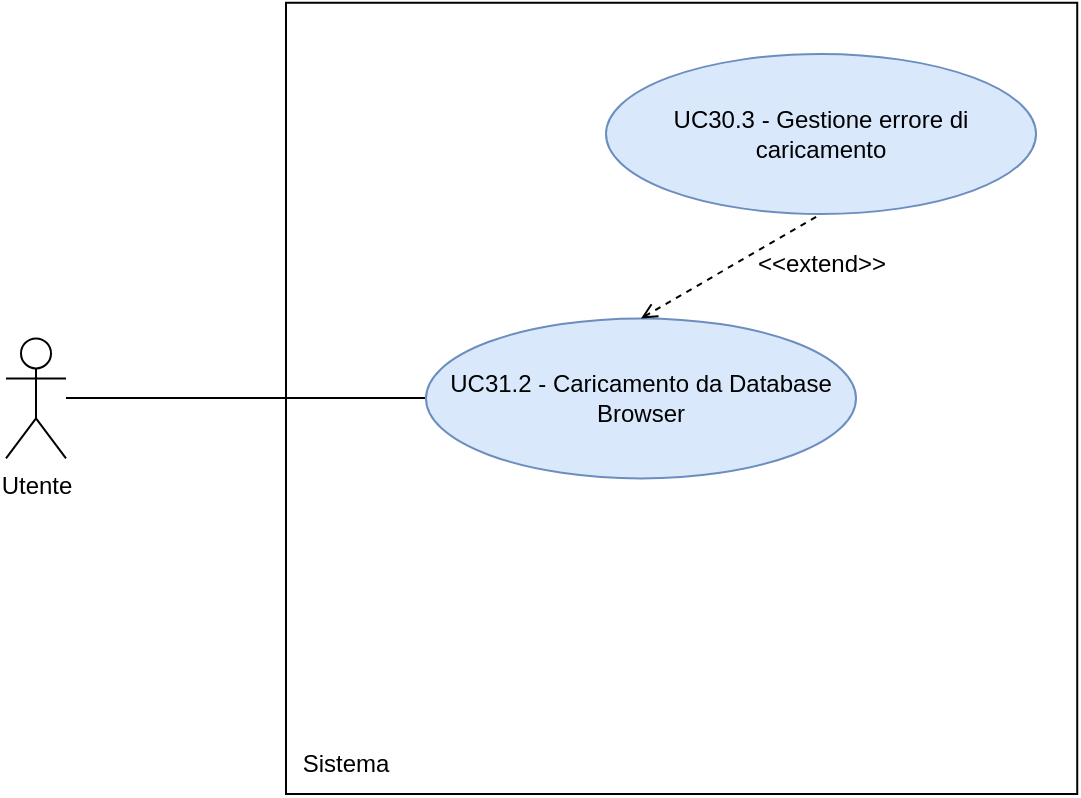
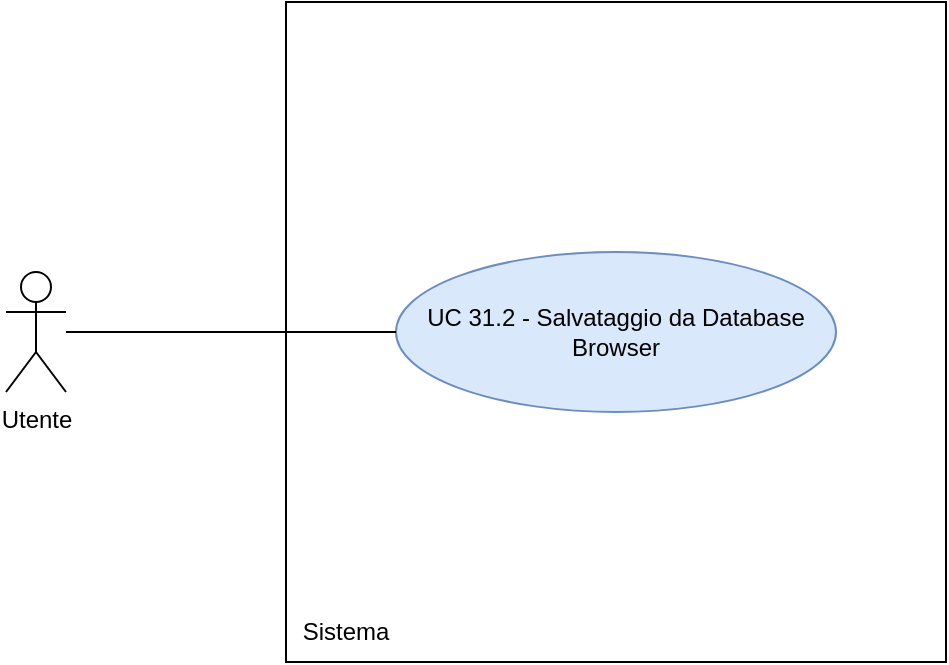
- <mxfile host="Electron" agent="Mozilla/5.0 (Macintosh; Intel Mac OS X 10_15_7) AppleWebKit/537.36 (KHTML, like Gecko) draw.io/29.6.6 Chrome/144.0.7559.236 Electron/40.8.4 Safari/537.36" version="29.6.6">
-   <diagram name="Page-1" id="txlnS8rQwgi-RHibTv1T">
-     <mxGraphModel dx="976" dy="656" grid="1" gridSize="10" guides="1" tooltips="1" connect="1" arrows="1" fold="1" page="1" pageScale="1" pageWidth="850" pageHeight="1100" math="0" shadow="0">
+ <mxfile host="app.diagrams.net">
+   <diagram name="UC 11 - Gestione Codice" id="Kt2Dgr2KxfvWRwyXOeAN">
+     <mxGraphModel dx="1483" dy="1032" grid="1" gridSize="10" guides="1" tooltips="1" connect="1" arrows="1" fold="1" page="1" pageScale="1" pageWidth="850" pageHeight="1100" math="0" shadow="0">
      <root>
        <mxCell id="0" />
        <mxCell id="1" parent="0" />
-         <mxCell id="FZwI5ev0mp1Ufgfl1J7u-1" parent="1" style="shape=umlActor;verticalLabelPosition=bottom;verticalAlign=top;html=1;outlineConnect=0;" value="Utente" vertex="1">
-           <mxGeometry height="60" width="30" x="90" y="302.19" as="geometry" />
+         <mxCell id="RaLqJGYHGWQkEpiDzxTo-691" parent="1" style="shape=umlActor;verticalLabelPosition=bottom;verticalAlign=top;html=1;outlineConnect=0;" value="Utente" vertex="1">
+           <mxGeometry height="60" width="30" x="150" y="415" as="geometry" />
        </mxCell>
-         <mxCell id="FZwI5ev0mp1Ufgfl1J7u-4" parent="1" style="whiteSpace=wrap;html=1;aspect=fixed;" value="" vertex="1">
-           <mxGeometry height="395.62" width="395.62" x="230" y="134.38" as="geometry" />
+         <mxCell id="RaLqJGYHGWQkEpiDzxTo-692" parent="1" style="whiteSpace=wrap;html=1;aspect=fixed;" value="" vertex="1">
+           <mxGeometry height="330" width="330" x="290" y="280" as="geometry" />
        </mxCell>
-         <mxCell id="FZwI5ev0mp1Ufgfl1J7u-6" edge="1" parent="1" source="FZwI5ev0mp1Ufgfl1J7u-5" style="edgeStyle=orthogonalEdgeStyle;rounded=0;orthogonalLoop=1;jettySize=auto;html=1;endArrow=none;endFill=0;">
-           <mxGeometry relative="1" as="geometry">
-             <Array as="points">
-               <mxPoint x="120" y="332" />
-             </Array>
-             <mxPoint x="120" y="332" as="targetPoint" />
-           </mxGeometry>
+         <mxCell id="RaLqJGYHGWQkEpiDzxTo-693" parent="1" style="text;html=1;whiteSpace=wrap;strokeColor=none;fillColor=none;align=center;verticalAlign=middle;rounded=0;" value="Sistema" vertex="1">
+           <mxGeometry height="30" width="60" x="290" y="580" as="geometry" />
        </mxCell>
-         <mxCell id="FZwI5ev0mp1Ufgfl1J7u-5" parent="1" style="ellipse;whiteSpace=wrap;html=1;fillColor=#dae8fc;strokeColor=#6c8ebf;" value="UC31.2 - Caricamento da Database Browser" vertex="1">
-           <mxGeometry height="80" width="215" x="300" y="292.19" as="geometry" />
+         <mxCell id="RaLqJGYHGWQkEpiDzxTo-694" parent="1" style="ellipse;whiteSpace=wrap;html=1;fillColor=#dae8fc;strokeColor=#6c8ebf;" value="UC 31.2 - Salvataggio da Database Browser" vertex="1">
+           <mxGeometry height="80" width="220" x="345" y="405" as="geometry" />
        </mxCell>
-         <mxCell id="FZwI5ev0mp1Ufgfl1J7u-7" parent="1" style="text;html=1;whiteSpace=wrap;strokeColor=none;fillColor=none;align=center;verticalAlign=middle;rounded=0;" value="Sistema" vertex="1">
-           <mxGeometry height="30" width="60" x="230" y="500" as="geometry" />
-         </mxCell>
-         <mxCell id="gH4CCEP5lx6fC7XqYCQ8-2" parent="1" style="ellipse;whiteSpace=wrap;html=1;fillColor=#dae8fc;strokeColor=#6c8ebf;" value="UC30.3 - Gestione errore di caricamento" vertex="1">
-           <mxGeometry height="80" width="215" x="390" y="160" as="geometry" />
-         </mxCell>
-         <mxCell id="gH4CCEP5lx6fC7XqYCQ8-3" edge="1" parent="1" source="FZwI5ev0mp1Ufgfl1J7u-5" style="endArrow=none;dashed=1;html=1;rounded=0;exitX=0.5;exitY=0;exitDx=0;exitDy=0;entryX=0.5;entryY=1;entryDx=0;entryDy=0;startArrow=open;startFill=0;" target="gH4CCEP5lx6fC7XqYCQ8-2" value="">
-           <mxGeometry height="50" relative="1" width="50" as="geometry">
-             <mxPoint x="402.81" y="292.19" as="sourcePoint" />
-             <mxPoint x="452.81" y="242.19" as="targetPoint" />
-           </mxGeometry>
-         </mxCell>
-         <mxCell id="gH4CCEP5lx6fC7XqYCQ8-4" parent="1" style="text;html=1;whiteSpace=wrap;strokeColor=none;fillColor=none;align=center;verticalAlign=middle;rounded=0;" value="&amp;lt;&amp;lt;extend&amp;gt;&amp;gt;" vertex="1">
-           <mxGeometry height="30" width="60" x="467.5" y="250" as="geometry" />
+         <mxCell id="RaLqJGYHGWQkEpiDzxTo-695" edge="1" parent="1" source="RaLqJGYHGWQkEpiDzxTo-691" style="edgeStyle=none;rounded=0;orthogonalLoop=1;jettySize=auto;html=1;endArrow=none;endFill=0;" target="RaLqJGYHGWQkEpiDzxTo-694">
+           <mxGeometry relative="1" as="geometry" />
        </mxCell>
      </root>
    </mxGraphModel>
  </diagram>
</mxfile>
